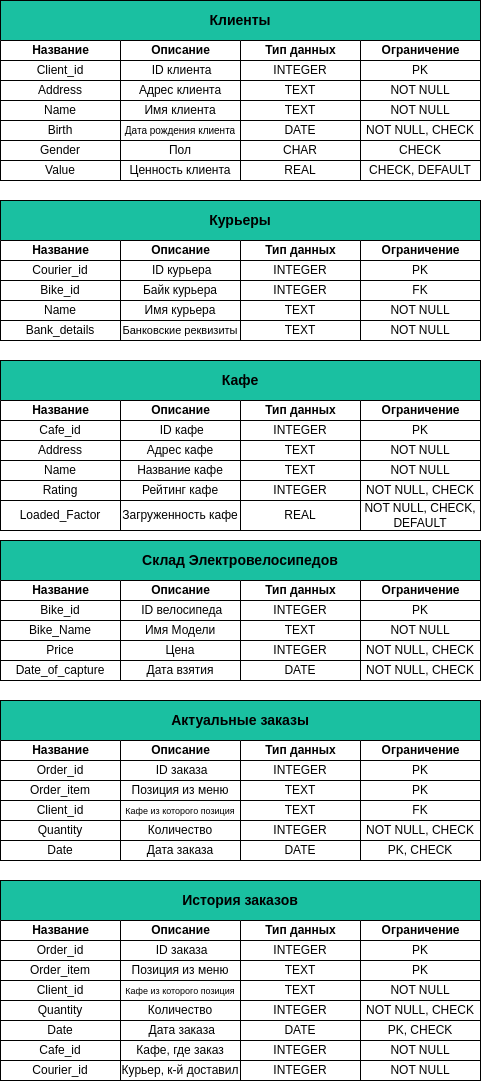
This is Delivery_DB_Project/docs/Physic_Model.png from fl4cko11/Data_Bases_MIPT, a draw.io export, as it was before one commit. Source tidied: cells renumbered, new cells last; positions are measured from the earlier drawing's top-left corner, leaving out a move shared by most shapes.
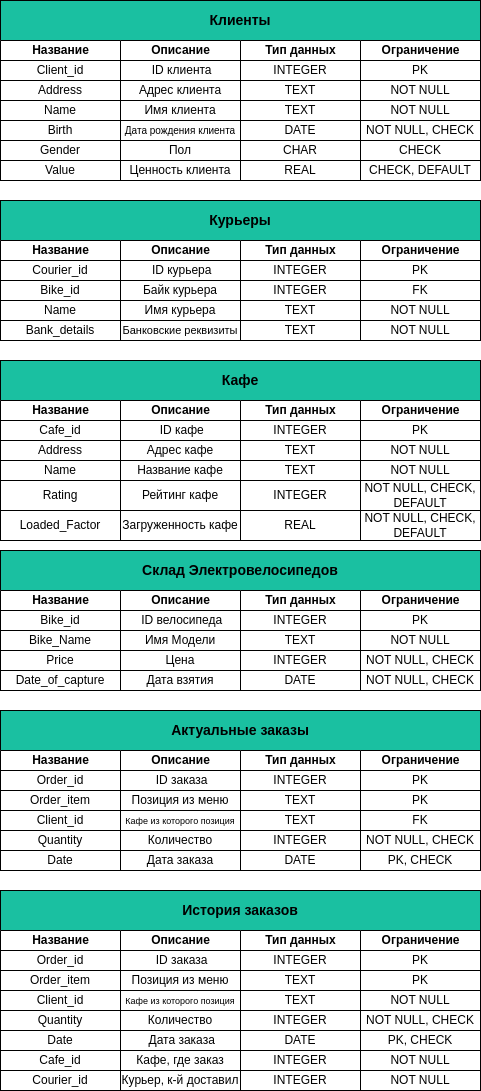
Above is the later version.

Commit message:
correct phys model add default

Diff of the diagram source:
```diff
@@ -3,7 +3,7 @@
     <mxCell id="0" />
     <mxCell id="1" parent="0" />
     <mxCell id="2" value="Ограничение" style="swimlane;startSize=20;html=1;" parent="1" vertex="1">
-      <mxGeometry x="360" y="40" width="120" height="120" as="geometry" />
+      <mxGeometry x="360" y="30" width="120" height="120" as="geometry" />
     </mxCell>
     <mxCell id="3" value="PK" style="html=1;whiteSpace=wrap;" parent="2" vertex="1">
       <mxGeometry y="20" width="120" height="20" as="geometry" />
@@ -21,10 +21,10 @@
       <mxGeometry y="100" width="120" height="20" as="geometry" />
     </mxCell>
     <mxCell id="8" value="&lt;b&gt;&lt;font style=&quot;font-size: 14px;&quot;&gt;Клиенты&lt;/font&gt;&lt;/b&gt;" style="html=1;whiteSpace=wrap;fillColor=#1AC0A1;" parent="1" vertex="1">
-      <mxGeometry width="480" height="40" as="geometry" />
+      <mxGeometry y="-10" width="480" height="40" as="geometry" />
     </mxCell>
     <mxCell id="9" value="Описание" style="swimlane;startSize=20;html=1;" parent="1" vertex="1">
-      <mxGeometry x="120" y="40" width="120" height="120" as="geometry" />
+      <mxGeometry x="120" y="30" width="120" height="120" as="geometry" />
     </mxCell>
     <mxCell id="10" value="&amp;nbsp;ID клиента" style="html=1;whiteSpace=wrap;" parent="9" vertex="1">
       <mxGeometry y="20" width="120" height="20" as="geometry" />
@@ -42,7 +42,7 @@
       <mxGeometry y="100" width="120" height="20" as="geometry" />
     </mxCell>
     <mxCell id="15" value="Тип данных" style="swimlane;startSize=20;html=1;" parent="1" vertex="1">
-      <mxGeometry x="240" y="40" width="120" height="120" as="geometry" />
+      <mxGeometry x="240" y="30" width="120" height="120" as="geometry" />
     </mxCell>
     <mxCell id="16" value="INTEGER" style="html=1;whiteSpace=wrap;" parent="15" vertex="1">
       <mxGeometry y="20" width="120" height="20" as="geometry" />
@@ -60,7 +60,7 @@
       <mxGeometry y="100" width="120" height="20" as="geometry" />
     </mxCell>
     <mxCell id="21" value="Название" style="swimlane;startSize=20;html=1;" parent="1" vertex="1">
-      <mxGeometry y="40" width="120" height="120" as="geometry" />
+      <mxGeometry y="30" width="120" height="120" as="geometry" />
     </mxCell>
     <mxCell id="22" value="Client_id" style="html=1;whiteSpace=wrap;" parent="21" vertex="1">
       <mxGeometry y="20" width="120" height="20" as="geometry" />
@@ -78,7 +78,7 @@
       <mxGeometry y="100" width="120" height="20" as="geometry" />
     </mxCell>
     <mxCell id="27" value="Ограничение" style="swimlane;startSize=20;html=1;" parent="1" vertex="1">
-      <mxGeometry x="360" y="240" width="120" height="100" as="geometry" />
+      <mxGeometry x="360" y="230" width="120" height="100" as="geometry" />
     </mxCell>
     <mxCell id="28" value="PK" style="html=1;whiteSpace=wrap;" parent="27" vertex="1">
       <mxGeometry y="20" width="120" height="20" as="geometry" />
@@ -93,10 +93,10 @@
       <mxGeometry y="80" width="120" height="20" as="geometry" />
     </mxCell>
     <mxCell id="32" value="&lt;span style=&quot;font-size: 14px;&quot;&gt;&lt;b&gt;Курьеры&lt;/b&gt;&lt;/span&gt;" style="html=1;whiteSpace=wrap;fillColor=#1AC0A1;" parent="1" vertex="1">
-      <mxGeometry y="200" width="480" height="40" as="geometry" />
+      <mxGeometry y="190" width="480" height="40" as="geometry" />
     </mxCell>
     <mxCell id="33" value="Описание" style="swimlane;startSize=20;html=1;" parent="1" vertex="1">
-      <mxGeometry x="120" y="240" width="120" height="100" as="geometry" />
+      <mxGeometry x="120" y="230" width="120" height="100" as="geometry" />
     </mxCell>
     <mxCell id="34" value="&amp;nbsp;ID курьера" style="html=1;whiteSpace=wrap;" parent="33" vertex="1">
       <mxGeometry y="20" width="120" height="20" as="geometry" />
@@ -111,7 +111,7 @@
       <mxGeometry y="80" width="120" height="20" as="geometry" />
     </mxCell>
     <mxCell id="38" value="Тип данных" style="swimlane;startSize=20;html=1;" parent="1" vertex="1">
-      <mxGeometry x="240" y="240" width="120" height="100" as="geometry" />
+      <mxGeometry x="240" y="230" width="120" height="100" as="geometry" />
     </mxCell>
     <mxCell id="39" value="INTEGER" style="html=1;whiteSpace=wrap;" parent="38" vertex="1">
       <mxGeometry y="20" width="120" height="20" as="geometry" />
@@ -126,7 +126,7 @@
       <mxGeometry y="80" width="120" height="20" as="geometry" />
     </mxCell>
     <mxCell id="43" value="Название" style="swimlane;startSize=20;html=1;" parent="1" vertex="1">
-      <mxGeometry y="240" width="120" height="100" as="geometry" />
+      <mxGeometry y="230" width="120" height="100" as="geometry" />
     </mxCell>
     <mxCell id="44" value="Courier_id" style="html=1;whiteSpace=wrap;" parent="43" vertex="1">
       <mxGeometry y="20" width="120" height="20" as="geometry" />
@@ -141,7 +141,7 @@
       <mxGeometry y="80" width="120" height="20" as="geometry" />
     </mxCell>
     <mxCell id="48" value="Ограничение" style="swimlane;startSize=20;html=1;" parent="1" vertex="1">
-      <mxGeometry x="360" y="400" width="120" height="100" as="geometry" />
+      <mxGeometry x="360" y="390" width="120" height="110" as="geometry" />
     </mxCell>
     <mxCell id="49" value="PK" style="html=1;whiteSpace=wrap;" parent="48" vertex="1">
       <mxGeometry y="20" width="120" height="20" as="geometry" />
@@ -152,14 +152,14 @@
     <mxCell id="51" value="NOT NULL" style="html=1;whiteSpace=wrap;" parent="48" vertex="1">
       <mxGeometry y="60" width="120" height="20" as="geometry" />
     </mxCell>
-    <mxCell id="52" value="NOT NULL, CHECK" style="html=1;whiteSpace=wrap;" parent="48" vertex="1">
-      <mxGeometry y="80" width="120" height="20" as="geometry" />
+    <mxCell id="52" value="NOT NULL, CHECK, DEFAULT" style="html=1;whiteSpace=wrap;" parent="48" vertex="1">
+      <mxGeometry y="80" width="120" height="30" as="geometry" />
     </mxCell>
     <mxCell id="53" value="&lt;span style=&quot;font-size: 14px;&quot;&gt;&lt;b&gt;Кафе&lt;/b&gt;&lt;/span&gt;" style="html=1;whiteSpace=wrap;fillColor=#1AC0A1;" parent="1" vertex="1">
-      <mxGeometry y="360" width="480" height="40" as="geometry" />
+      <mxGeometry y="350" width="480" height="40" as="geometry" />
     </mxCell>
     <mxCell id="54" value="Описание" style="swimlane;startSize=20;html=1;" parent="1" vertex="1">
-      <mxGeometry x="120" y="400" width="120" height="100" as="geometry" />
+      <mxGeometry x="120" y="390" width="120" height="110" as="geometry" />
     </mxCell>
     <mxCell id="55" value="&amp;nbsp;ID кафе" style="html=1;whiteSpace=wrap;" parent="54" vertex="1">
       <mxGeometry y="20" width="120" height="20" as="geometry" />
@@ -171,10 +171,10 @@
       <mxGeometry y="60" width="120" height="20" as="geometry" />
     </mxCell>
     <mxCell id="58" value="&lt;font style=&quot;font-size: 12px;&quot;&gt;Рейтинг кафе&lt;/font&gt;" style="html=1;whiteSpace=wrap;" parent="54" vertex="1">
-      <mxGeometry y="80" width="120" height="20" as="geometry" />
+      <mxGeometry y="80" width="120" height="30" as="geometry" />
     </mxCell>
     <mxCell id="59" value="Тип данных" style="swimlane;startSize=20;html=1;" parent="1" vertex="1">
-      <mxGeometry x="240" y="400" width="120" height="100" as="geometry" />
+      <mxGeometry x="240" y="390" width="120" height="110" as="geometry" />
     </mxCell>
     <mxCell id="60" value="INTEGER" style="html=1;whiteSpace=wrap;" parent="59" vertex="1">
       <mxGeometry y="20" width="120" height="20" as="geometry" />
@@ -186,10 +186,10 @@
       <mxGeometry y="60" width="120" height="20" as="geometry" />
     </mxCell>
     <mxCell id="63" value="INTEGER" style="html=1;whiteSpace=wrap;" parent="59" vertex="1">
-      <mxGeometry y="80" width="120" height="20" as="geometry" />
+      <mxGeometry y="80" width="120" height="30" as="geometry" />
     </mxCell>
     <mxCell id="64" value="Название" style="swimlane;startSize=20;html=1;" parent="1" vertex="1">
-      <mxGeometry y="400" width="120" height="100" as="geometry" />
+      <mxGeometry y="390" width="120" height="110" as="geometry" />
     </mxCell>
     <mxCell id="65" value="Cafe_id" style="html=1;whiteSpace=wrap;" parent="64" vertex="1">
       <mxGeometry y="20" width="120" height="20" as="geometry" />
@@ -201,7 +201,7 @@
       <mxGeometry y="60" width="120" height="20" as="geometry" />
     </mxCell>
     <mxCell id="68" value="Rating" style="html=1;whiteSpace=wrap;" parent="64" vertex="1">
-      <mxGeometry y="80" width="120" height="20" as="geometry" />
+      <mxGeometry y="80" width="120" height="30" as="geometry" />
     </mxCell>
     <mxCell id="69" value="Ограничение" style="swimlane;startSize=20;html=1;" parent="1" vertex="1">
       <mxGeometry x="360" y="580" width="120" height="100" as="geometry" />
@@ -441,16 +441,16 @@
       <mxGeometry x="360" y="1060" width="120" height="20" as="geometry" />
     </mxCell>
     <mxCell id="148" value="CHECK, DEFAULT" style="html=1;whiteSpace=wrap;" parent="1" vertex="1">
-      <mxGeometry x="360" y="160" width="120" height="20" as="geometry" />
+      <mxGeometry x="360" y="150" width="120" height="20" as="geometry" />
     </mxCell>
     <mxCell id="149" value="Ценность клиента" style="html=1;whiteSpace=wrap;" parent="1" vertex="1">
-      <mxGeometry x="120" y="160" width="120" height="20" as="geometry" />
+      <mxGeometry x="120" y="150" width="120" height="20" as="geometry" />
     </mxCell>
     <mxCell id="150" value="REAL" style="html=1;whiteSpace=wrap;" parent="1" vertex="1">
-      <mxGeometry x="240" y="160" width="120" height="20" as="geometry" />
+      <mxGeometry x="240" y="150" width="120" height="20" as="geometry" />
     </mxCell>
     <mxCell id="151" value="Value" style="html=1;whiteSpace=wrap;" parent="1" vertex="1">
-      <mxGeometry y="160" width="120" height="20" as="geometry" />
+      <mxGeometry y="150" width="120" height="20" as="geometry" />
     </mxCell>
     <mxCell id="152" value="NOT NULL, CHECK, DEFAULT" style="html=1;whiteSpace=wrap;" parent="1" vertex="1">
       <mxGeometry x="360" y="500" width="120" height="30" as="geometry" />
```
